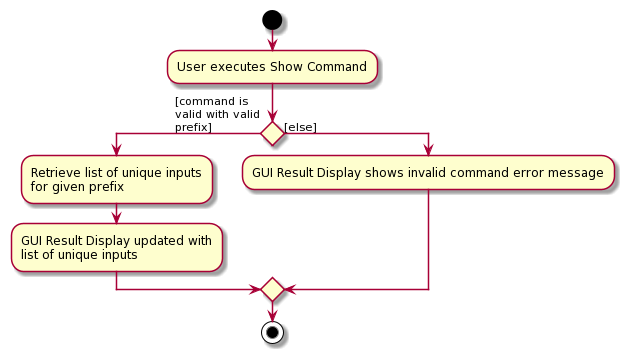
The PlantUML diagram docs/images/ShowCommandActivityDiagram.png in nus-cs2103-AY2122S1/tp, before a commit.
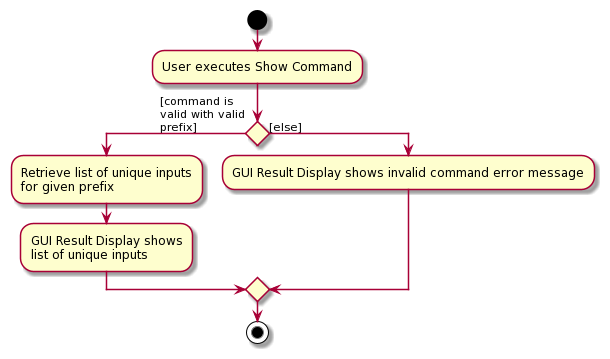
The same file after the commit.

Commit message:
Change activity diagrams to use present tense

The edit, as a diff of the source:
```diff
@@ -9,7 +9,7 @@
 
     :Retrieve list of unique inputs
     for given prefix;
-    :GUI Result Display updated with
+    :GUI Result Display shows
     list of unique inputs;
 else ([else])
 
```
